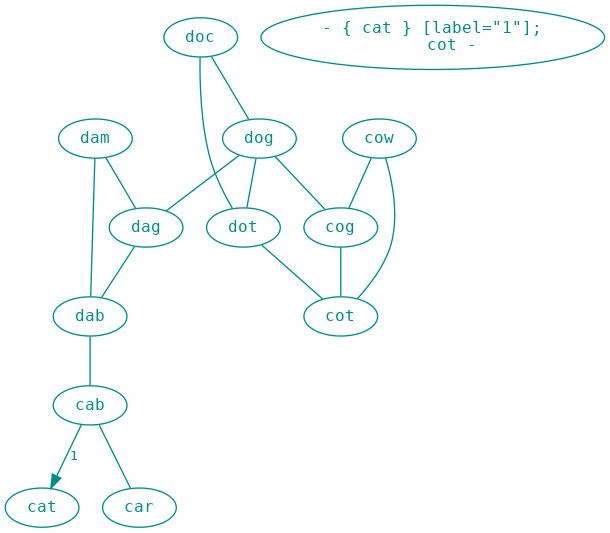
Before: word-ladder/src/images/example-with-label.png, a diagram exported from Graphviz (ToF-/CodeKatas). Its source is kept beside it as word-ladder/src/example-with-label.gv.
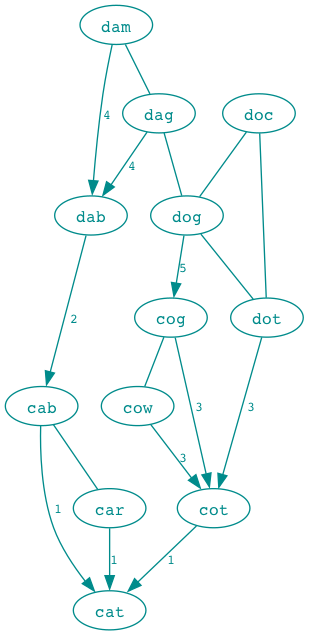
Later version of the same file.

Commit message:
graph wordladder example

What changed in the source:
```diff
@@ -1,21 +1,21 @@
-strict digraph ip_map {
+strict digraph example_with_labels {
     node [colorscheme="SVG",width=0.5,height=0.2,shape = ellipse,fontcolor="darkcyan",fontsize=12,fontname="Courier",color="darkcyan"];
     edge [colorscheme="SVG",color="darkcyan",fontcolor="darkcyan",fontsize=10,fontname="Courier"];
     cab -> { cat } [label="1"];
     cab -> { car } [dir=none];
-    car <- { cat } [label="1"];
-    cot -> { cat } [dir=none];
-    cow -> { cot } [dir=none];
-    cow -> { cog } [dir=none];
-    cog -> { cot } [dir=none];
-    dab -> { cab } [dir=none];
-    dot -> { cot } [dir=none];
-    dag -> { dab } [dir=none];
-    dam -> { dab } [dir=none];
-    dog -> { cog } [dir=none];
+    car -> { cat } [label="1"];
+    dab -> { cab } [label="2"];
+    cot -> { cat } [label="1"];
+    cog -> { cot } [label="3"];
+    cow -> { cot } [label="3"];
+    cog -> { cow } [dir=none];
+    dog -> { cog } [label="5"];
+    dot -> { cot } [label="3"];
+    dag -> { dab } [label="4"];
+    dam -> { dab } [label="4"];
+    dam -> { dag } [dir=none];
     doc -> { dog } [dir=none];
     doc -> { dot } [dir=none];
     dog -> { dot } [dir=none];
-    dog -> { dag } [dir=none];
-    dam -> { dag } [dir=none];
+    dag -> { dog } [dir=none];
 }
```
